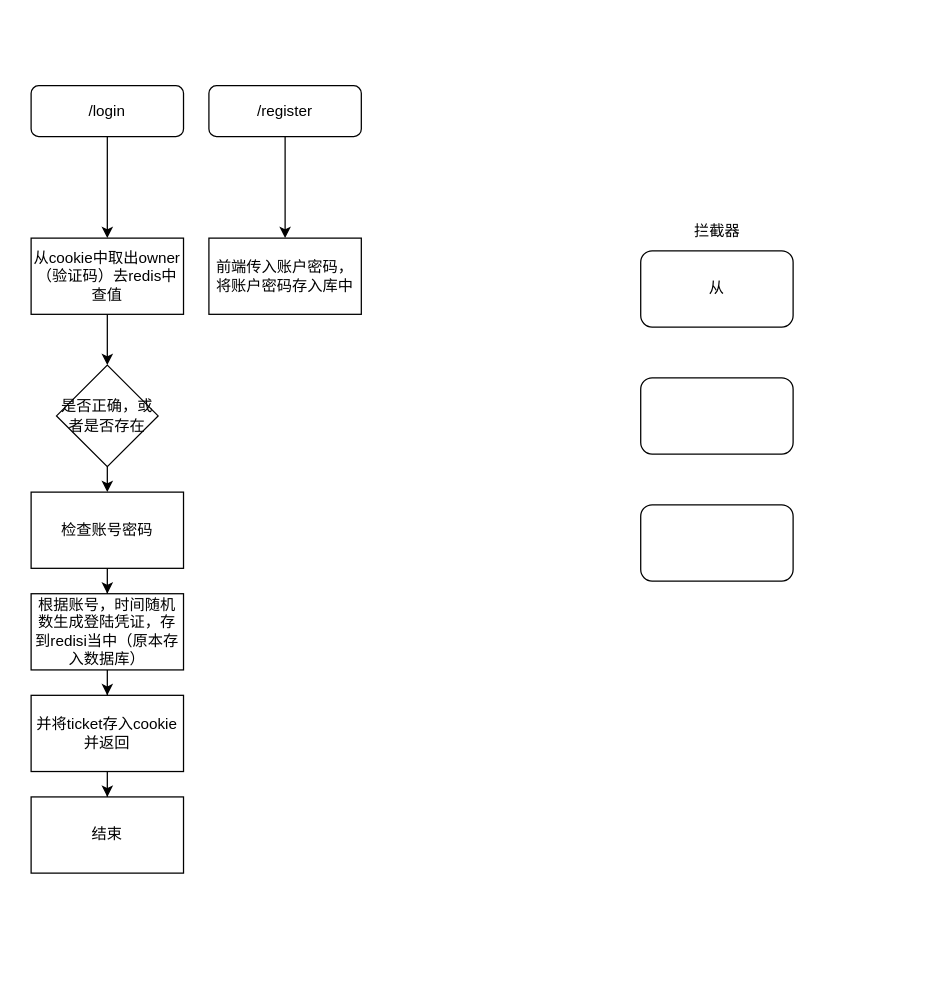
Admaing/community keeps this draw.io diagram as 未命名绘图.drawio. Above is the earlier version. Source tidied: cells renumbered, new cells numbered last; positions are measured from the earlier drawing's top-left corner, leaving out a move shared by most shapes. Both pictures are drawn from the tidied source at 127%, with x=0, y=0 at pixel (30, 85).
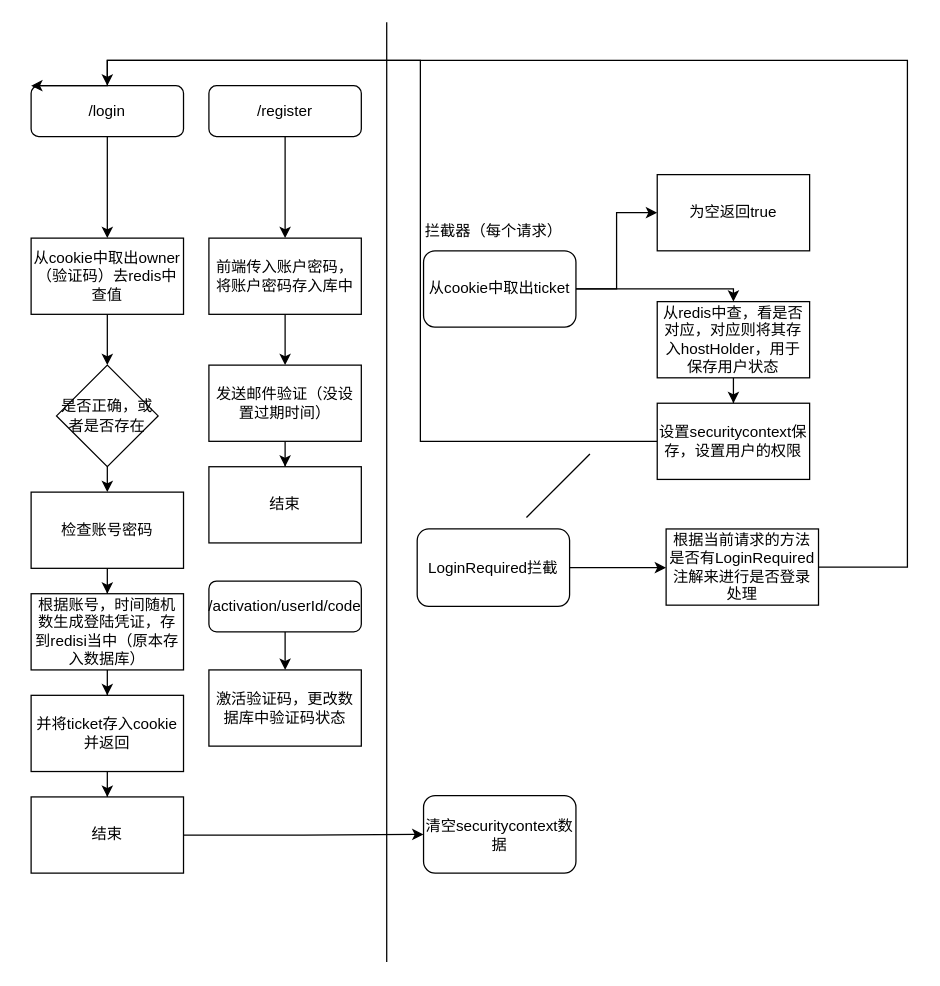
The same diagram, later.

Unchanged cells that the change refers to:
```xml
<mxCell id="3" value="/login" style="rounded=1;whiteSpace=wrap;html=1;fontSize=12;glass=0;strokeWidth=1;shadow=0;" parent="1" vertex="1">
  <mxGeometry width="120" height="40" as="geometry" />
</mxCell>
<mxCell id="14" value="结束" style="whiteSpace=wrap;html=1;rounded=0;" parent="1" vertex="1">
  <mxGeometry y="560" width="120" height="60" as="geometry" />
</mxCell>
<mxCell id="17" value="前端传入账户密码，将账户密码存入库中" style="rounded=0;whiteSpace=wrap;html=1;" parent="1" vertex="1">
  <mxGeometry x="140" y="120" width="120" height="60" as="geometry" />
</mxCell>
```

The edit, as a diff of the source:
```diff
@@
+    <mxCell id="22" style="edgeStyle=orthogonalEdgeStyle;rounded=0;jettySize=auto;html=1;" parent="1" edge="1" source="14" target="40">
+      <mxGeometry relative="1" as="geometry" />
+    </mxCell>
@@
+    <mxCell id="23" style="edgeStyle=orthogonalEdgeStyle;rounded=0;jettySize=auto;html=1;" parent="1" edge="1" source="17" target="35">
+      <mxGeometry relative="1" as="geometry" />
+    </mxCell>
@@
+    <mxCell id="24" style="edgeStyle=orthogonalEdgeStyle;rounded=0;jettySize=auto;html=1;" parent="1" edge="1" source="18" target="27">
+      <mxGeometry relative="1" as="geometry" />
+    </mxCell>
+    <mxCell id="25" style="edgeStyle=orthogonalEdgeStyle;rounded=0;jettySize=auto;html=1;exitX=1;exitY=0.5;exitDx=0;exitDy=0;entryX=0.5;entryY=0;entryDx=0;entryDy=0;" parent="1" edge="1" source="18" target="29">
+      <mxGeometry relative="1" as="geometry">
+        <Array as="points">
+          <mxPoint x="553" y="160" />
+        </Array>
+      </mxGeometry>
+    </mxCell>
-    <mxCell id="18" value="从" style="rounded=1;whiteSpace=wrap;html=1;" parent="1" vertex="1">
-      <mxGeometry x="480" y="130" width="120" height="60" as="geometry" />
+    <mxCell id="18" value="从cookie中取出ticket" style="rounded=1;whiteSpace=wrap;html=1;" parent="1" vertex="1">
+      <mxGeometry x="309" y="130" width="120" height="60" as="geometry" />
     </mxCell>
+    <mxCell id="26" style="edgeStyle=orthogonalEdgeStyle;rounded=0;jettySize=auto;html=1;" parent="1" edge="1" source="19">
+      <mxGeometry relative="1" as="geometry">
+        <mxPoint x="500" y="379.5" as="targetPoint" />
+      </mxGeometry>
+    </mxCell>
-    <mxCell id="19" style="rounded=1;whiteSpace=wrap;html=1;" parent="1" vertex="1">
-      <mxGeometry x="480" y="230" width="120" height="60" as="geometry" />
+    <mxCell id="19" value="LoginRequired拦截" style="rounded=1;whiteSpace=wrap;html=1;" parent="1" vertex="1">
+      <mxGeometry x="304" y="349" width="120" height="61" as="geometry" />
     </mxCell>
-    <mxCell id="20" style="rounded=1;whiteSpace=wrap;html=1;" parent="1" vertex="1">
-      <mxGeometry x="480" y="330" width="120" height="60" as="geometry" />
-    </mxCell>
-    <mxCell id="21" value="拦截器" style="text;html=1;align=center;verticalAlign=middle;strokeColor=none;fillColor=none;" parent="1" vertex="1">
-      <mxGeometry x="510" y="100" width="60" height="30" as="geometry" />
+    <mxCell id="21" value="拦截器（每个请求）" style="text;html=1;align=center;verticalAlign=middle;strokeColor=none;fillColor=none;" parent="1" vertex="1">
+      <mxGeometry x="299" y="100" width="130" height="30" as="geometry" />
     </mxCell>
+    <mxCell id="27" value="为空返回true" style="rounded=0;whiteSpace=wrap;html=1;" parent="1" vertex="1">
+      <mxGeometry x="493" y="70" width="120" height="60" as="geometry" />
+    </mxCell>
+    <mxCell id="28" style="edgeStyle=orthogonalEdgeStyle;rounded=0;jettySize=auto;html=1;" parent="1" edge="1" source="29" target="31">
+      <mxGeometry relative="1" as="geometry" />
+    </mxCell>
+    <mxCell id="29" value="从redis中查，看是否对应，对应则将其存入hostHolder，用于保存用户状态" style="rounded=0;whiteSpace=wrap;html=1;" parent="1" vertex="1">
+      <mxGeometry x="493" y="170" width="120" height="60" as="geometry" />
+    </mxCell>
+    <mxCell id="30" style="edgeStyle=orthogonalEdgeStyle;rounded=0;jettySize=auto;html=1;entryX=0.5;entryY=0;entryDx=0;entryDy=0;" parent="1" edge="1" source="31" target="3">
+      <mxGeometry relative="1" as="geometry" />
+    </mxCell>
+    <mxCell id="31" value="设置securitycontext保存，设置用户的权限" style="whiteSpace=wrap;html=1;rounded=0;" parent="1" vertex="1">
+      <mxGeometry x="493" y="250" width="120" height="60" as="geometry" />
+    </mxCell>
+    <mxCell id="32" style="edgeStyle=orthogonalEdgeStyle;rounded=0;jettySize=auto;html=1;entryX=0;entryY=0;entryDx=0;entryDy=0;" parent="1" edge="1" source="33" target="3">
+      <mxGeometry relative="1" as="geometry">
+        <Array as="points">
+          <mxPoint x="690" y="379" />
+          <mxPoint x="690" y="-20" />
+          <mxPoint x="60" y="-20" />
+          <mxPoint x="60" />
+        </Array>
+      </mxGeometry>
+    </mxCell>
+    <mxCell id="33" value="根据当前请求的方法是否有LoginRequired注解来进行是否登录处理" style="rounded=0;whiteSpace=wrap;html=1;" parent="1" vertex="1">
+      <mxGeometry x="500" y="349" width="120" height="60" as="geometry" />
+    </mxCell>
+    <mxCell id="34" style="edgeStyle=orthogonalEdgeStyle;rounded=0;jettySize=auto;html=1;" parent="1" edge="1" source="35" target="36">
+      <mxGeometry relative="1" as="geometry" />
+    </mxCell>
+    <mxCell id="35" value="发送邮件验证（没设置过期时间）" style="whiteSpace=wrap;html=1;rounded=0;" parent="1" vertex="1">
+      <mxGeometry x="140" y="220" width="120" height="60" as="geometry" />
+    </mxCell>
+    <mxCell id="36" value="结束" style="whiteSpace=wrap;html=1;rounded=0;" parent="1" vertex="1">
+      <mxGeometry x="140" y="300" width="120" height="60" as="geometry" />
+    </mxCell>
+    <mxCell id="37" style="edgeStyle=orthogonalEdgeStyle;rounded=0;jettySize=auto;html=1;" parent="1" edge="1" source="38" target="39">
+      <mxGeometry relative="1" as="geometry" />
+    </mxCell>
+    <mxCell id="38" value="/activation/userId/code" style="rounded=1;whiteSpace=wrap;html=1;fontSize=12;glass=0;strokeWidth=1;shadow=0;" parent="1" vertex="1">
+      <mxGeometry x="140" y="390" width="120" height="40" as="geometry" />
+    </mxCell>
+    <mxCell id="39" value="激活验证码，更改数据库中验证码状态" style="rounded=0;whiteSpace=wrap;html=1;" parent="1" vertex="1">
+      <mxGeometry x="140" y="460" width="120" height="60" as="geometry" />
+    </mxCell>
+    <mxCell id="40" value="清空securitycontext数据" style="rounded=1;whiteSpace=wrap;html=1;" parent="1" vertex="1">
+      <mxGeometry x="309" y="559" width="120" height="61" as="geometry" />
+    </mxCell>
+    <mxCell id="41" style="endArrow=none;html=1;rounded=0;" parent="1" edge="1">
+      <mxGeometry relative="1" as="geometry">
+        <mxPoint x="390" y="340" as="sourcePoint" />
+        <mxPoint x="440" y="290" as="targetPoint" />
+      </mxGeometry>
+    </mxCell>
+    <mxCell id="42" style="endArrow=none;html=1;rounded=0;" parent="1" edge="1">
+      <mxGeometry relative="1" as="geometry">
+        <mxPoint x="280" y="690" as="sourcePoint" />
+        <mxPoint x="280" y="-50" as="targetPoint" />
+      </mxGeometry>
+    </mxCell>
```
